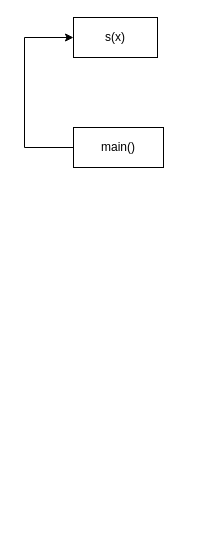
Above: page "Страница 1" (1 of 3) of Диаграмма без названия.drawio in Sofiia213/4.1 (draw.io), before the change. Source tidied: cells renumbered, new cells numbered last; positions are measured from the earlier drawing's top-left corner, leaving out a move shared by most shapes. Both pictures are drawn from the tidied source at 100%, with x=0, y=0 at pixel (24, 17).
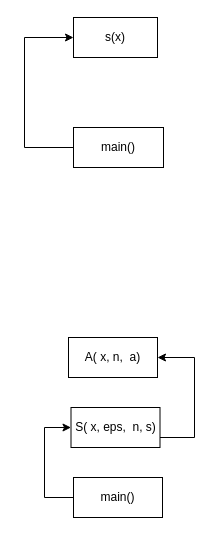
After the change.

Diff of the diagram source:
```diff
@@
 <mxGraphModel>
   <root>
     <mxCell id="0" />
     <mxCell id="1" parent="0" />
     <mxCell id="2" style="edgeStyle=orthogonalEdgeStyle;rounded=0;jettySize=auto;html=1;" parent="1" edge="1" source="3" target="4">
       <mxGeometry relative="1" as="geometry">
         <Array as="points">
           <mxPoint y="130" />
           <mxPoint y="20" />
         </Array>
       </mxGeometry>
     </mxCell>
     <mxCell id="3" value="main()" style="rounded=0;whiteSpace=wrap;html=1;labelBackgroundColor=#FFFFFF;fillColor=#FFFFFF;" parent="1" vertex="1">
       <mxGeometry x="49" y="110" width="90" height="40" as="geometry" />
     </mxCell>
     <mxCell id="4" value="s(x)" style="rounded=0;whiteSpace=wrap;html=1;labelBackgroundColor=#FFFFFF;fillColor=#FFFFFF;" parent="1" vertex="1">
       <mxGeometry x="49" width="84" height="40" as="geometry" />
     </mxCell>
+    <mxCell id="5" style="edgeStyle=orthogonalEdgeStyle;rounded=0;jettySize=auto;html=1;" parent="1" edge="1" source="6" target="8">
+      <mxGeometry relative="1" as="geometry">
+        <Array as="points">
+          <mxPoint x="20" y="480" />
+          <mxPoint x="20" y="410" />
+        </Array>
+      </mxGeometry>
+    </mxCell>
+    <mxCell id="6" value="main()" style="rounded=0;whiteSpace=wrap;html=1;" parent="1" vertex="1">
+      <mxGeometry x="49" y="460" width="89" height="40" as="geometry" />
+    </mxCell>
+    <mxCell id="7" style="edgeStyle=orthogonalEdgeStyle;rounded=0;jettySize=auto;html=1;" parent="1" edge="1" source="8" target="9">
+      <mxGeometry relative="1" as="geometry">
+        <Array as="points">
+          <mxPoint x="170" y="420" />
+          <mxPoint x="170" y="340" />
+        </Array>
+      </mxGeometry>
+    </mxCell>
+    <mxCell id="8" value="S( x, eps,&amp;nbsp; n, s)" style="rounded=0;whiteSpace=wrap;html=1;" parent="1" vertex="1">
+      <mxGeometry x="46.5" y="390" width="89" height="40" as="geometry" />
+    </mxCell>
+    <mxCell id="9" value="A( x, n,&amp;nbsp; a)" style="rounded=0;whiteSpace=wrap;html=1;" parent="1" vertex="1">
+      <mxGeometry x="44" y="320" width="89" height="40" as="geometry" />
+    </mxCell>
   </root>
 </mxGraphModel>
```
